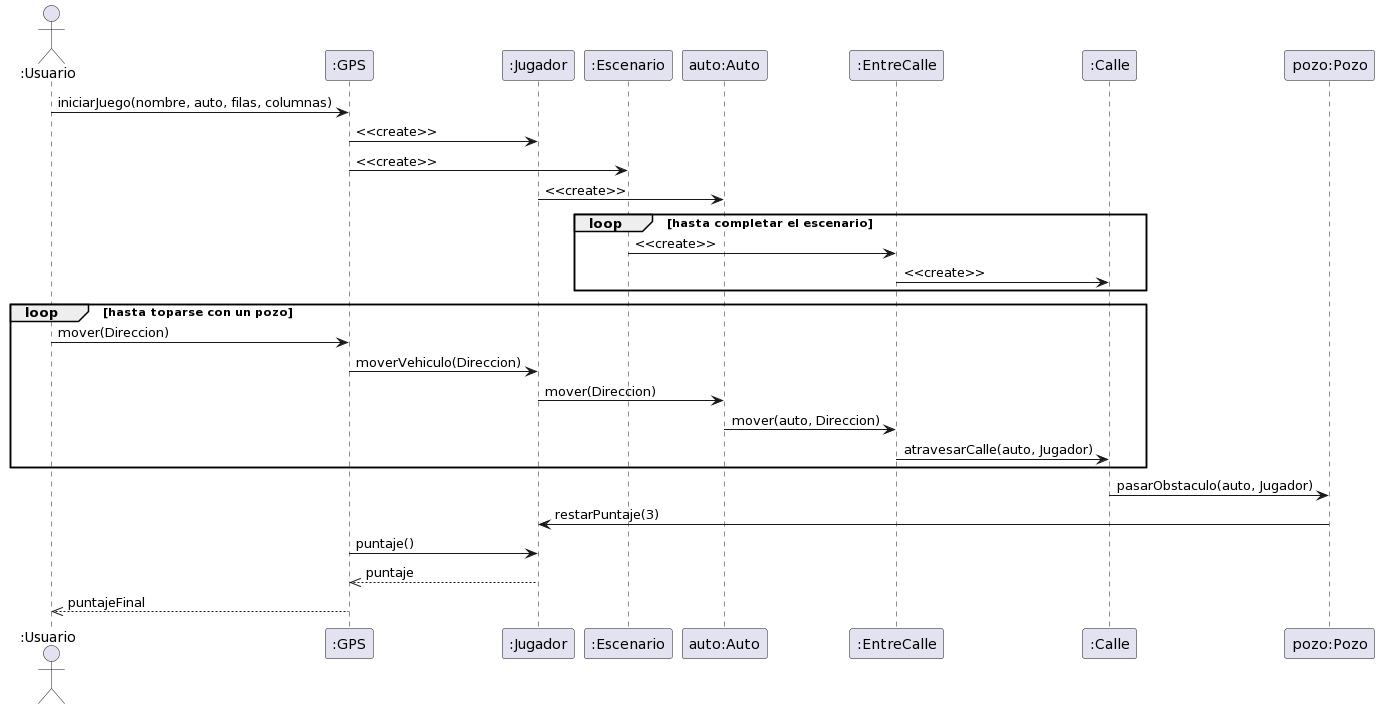
Earlier version of the PlantUML export diagrams/sequences/UnAutoAtraviesaLaCiudadYSeEncuentraConUnPozo.png (JorgeSedek/algo3_tp2).
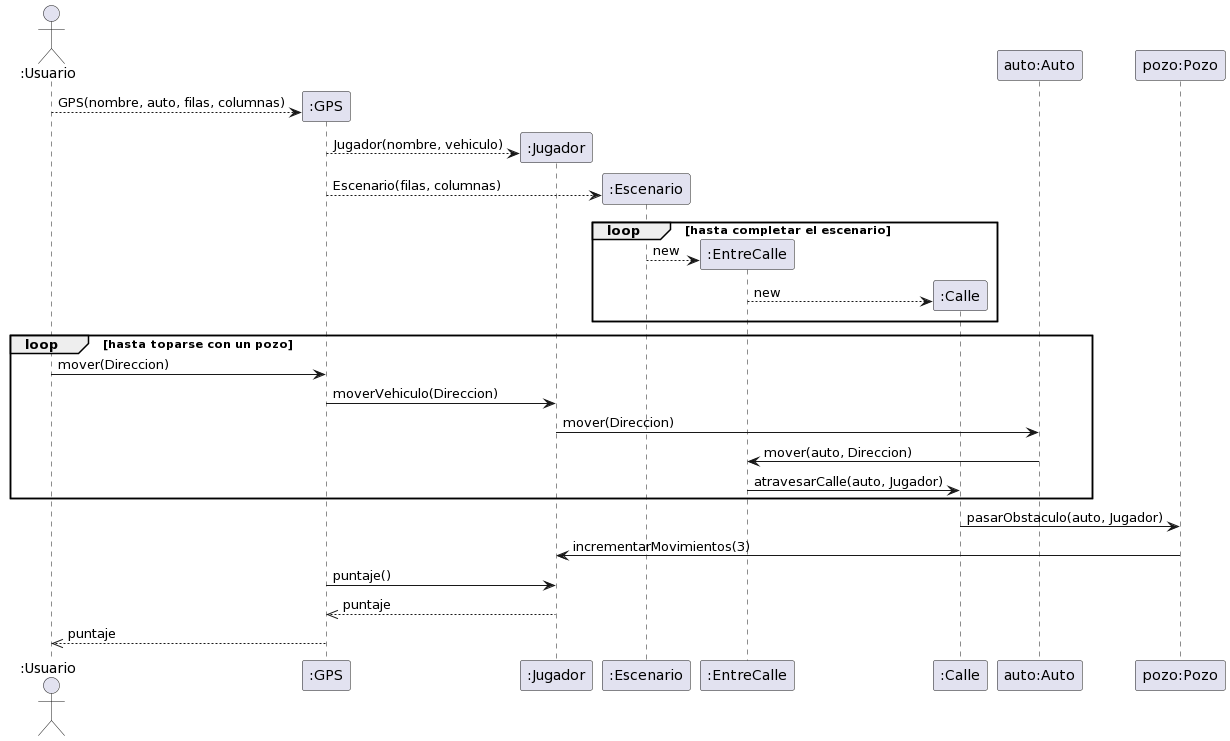
After the change.

Commit message:
Cambios al diagrama de UnAutoAtraviesaLaCiudadYSeEncuentraConUnPozo

Diff of the diagram source:
```diff
@@ -1,36 +1,37 @@
 @startuml
 actor ":Usuario"
-":Usuario" -> ":GPS" : iniciarJuego(nombre, auto, filas, columnas)
-":GPS" -> ":Jugador" : <<create>>
-":GPS" -> ":Escenario" : <<create>>
+create ":GPS"
+":Usuario" --> ":GPS" : GPS(nombre, auto, filas, columnas)
 
-":Jugador" -> "auto:Auto" : <<create>>
+create ":Jugador"
+":GPS" --> ":Jugador" : Jugador(nombre, vehiculo)
+
+create ":Escenario"
+":GPS" --> ":Escenario" : Escenario(filas, columnas)
 
 loop hasta completar el escenario
-":Escenario" -> ":EntreCalle" : <<create>>
+create ":EntreCalle"
+":Escenario" --> ":EntreCalle" : new
 
-":EntreCalle" -> ":Calle" : <<create>>
+create ":Calle"
+":EntreCalle" --> ":Calle" : new
 end
 
 loop hasta toparse con un pozo
 ":Usuario" -> ":GPS" : mover(Direccion)
 ":GPS" -> ":Jugador" : moverVehiculo(Direccion)
 
-
 ":Jugador" -> "auto:Auto" : mover(Direccion)
-
 
 "auto:Auto" -> ":EntreCalle" : mover(auto, Direccion)
 ":EntreCalle" -> ":Calle" : atravesarCalle(auto, Jugador)
 end
 
 ":Calle" -> "pozo:Pozo" : pasarObstaculo(auto, Jugador)
-"pozo:Pozo" -> ":Jugador" : restarPuntaje(3)
-
-
+"pozo:Pozo" -> ":Jugador" : incrementarMovimientos(3)
 
 ":GPS" -> ":Jugador" : puntaje()
 ":Jugador" -->> ":GPS" : puntaje
 
-":GPS" -->> ":Usuario" : puntajeFinal
+":GPS" -->> ":Usuario" : puntaje
 @enduml
```
